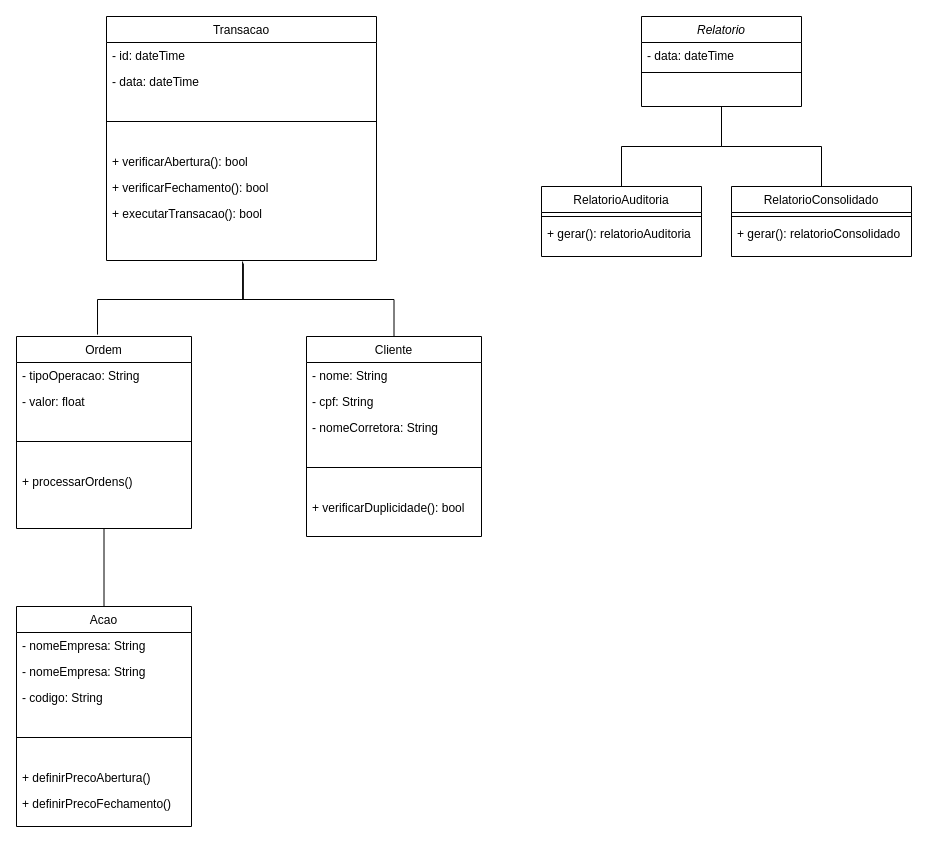
Earlier version of the draw.io diagram diagramaClasses.drawio (brunoorlandin/StockFEI-DealBroker). Source tidied: cells renumbered, new cells numbered last; positions are measured from the earlier drawing's top-left corner, leaving out a move shared by most shapes. Both pictures are drawn from the tidied source at 100%, with x=0, y=0 at pixel (16, 16).
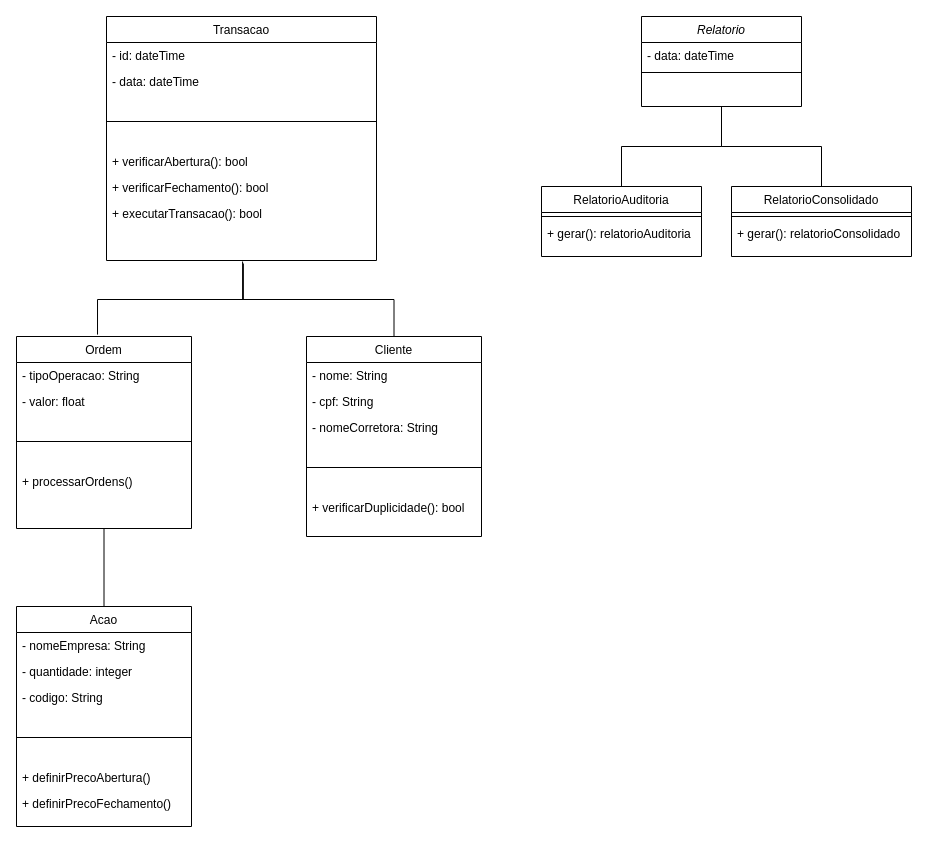
After the change.

Unchanged cells that the change refers to:
```xml
<mxCell id="25" value="Acao" style="swimlane;fontStyle=0;align=center;verticalAlign=top;horizontal=1;startSize=26;rounded=0;shadow=0;strokeWidth=1;" parent="1" vertex="1">
  <mxGeometry y="590" width="175" height="220" as="geometry" />
</mxCell>
```

What changed in the source:
```diff
@@
-    <mxCell id="27" value="- nomeEmpresa: String " style="text;align=left;verticalAlign=top;spacingLeft=4;spacingRight=4;overflow=hidden;rounded=0;shadow=0;html=0;" parent="25" vertex="1">
+    <mxCell id="27" value="- quantidade: integer " style="text;align=left;verticalAlign=top;spacingLeft=4;spacingRight=4;overflow=hidden;rounded=0;shadow=0;html=0;" parent="25" vertex="1">
       <mxGeometry y="52" width="175" height="26" as="geometry" />
     </mxCell>
```
